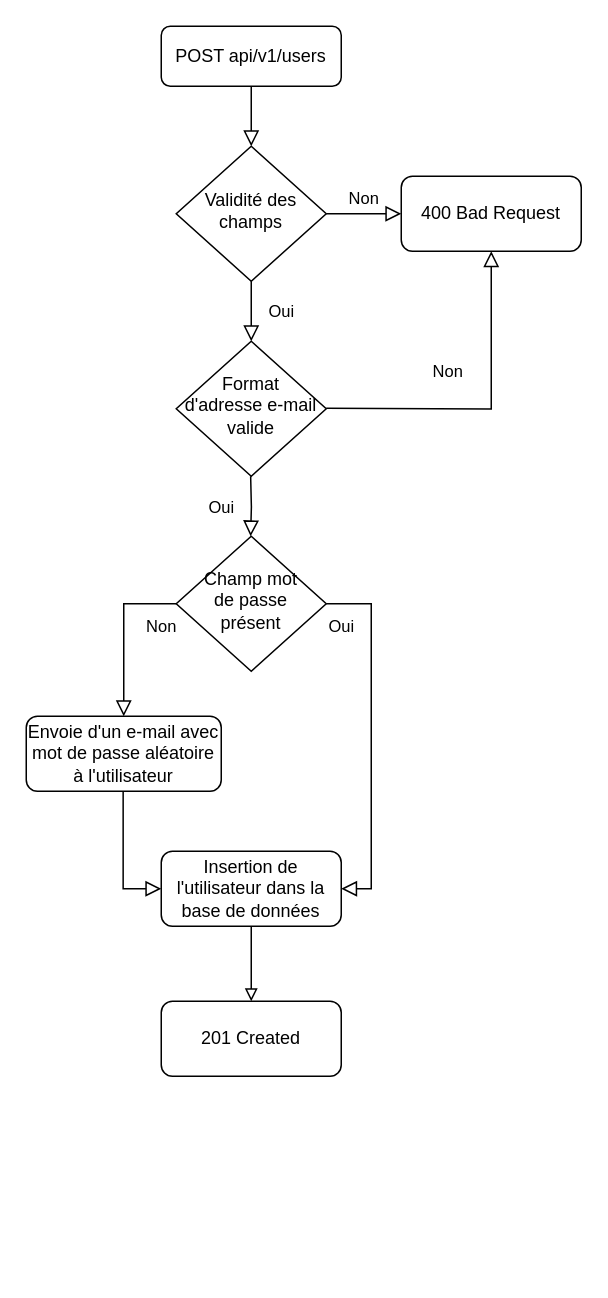
Earlier version of the draw.io diagram documentation/diagram/drawio/flowchartPostUser.drawio (jonathanboreljaquet/bj-travail-diplome-2021). Source tidied: cells renumbered, new cells numbered last; positions are measured from the earlier drawing's top-left corner, leaving out a move shared by most shapes. Both pictures are drawn from the tidied source at 150%, with x=0, y=0 at pixel (26, 26).
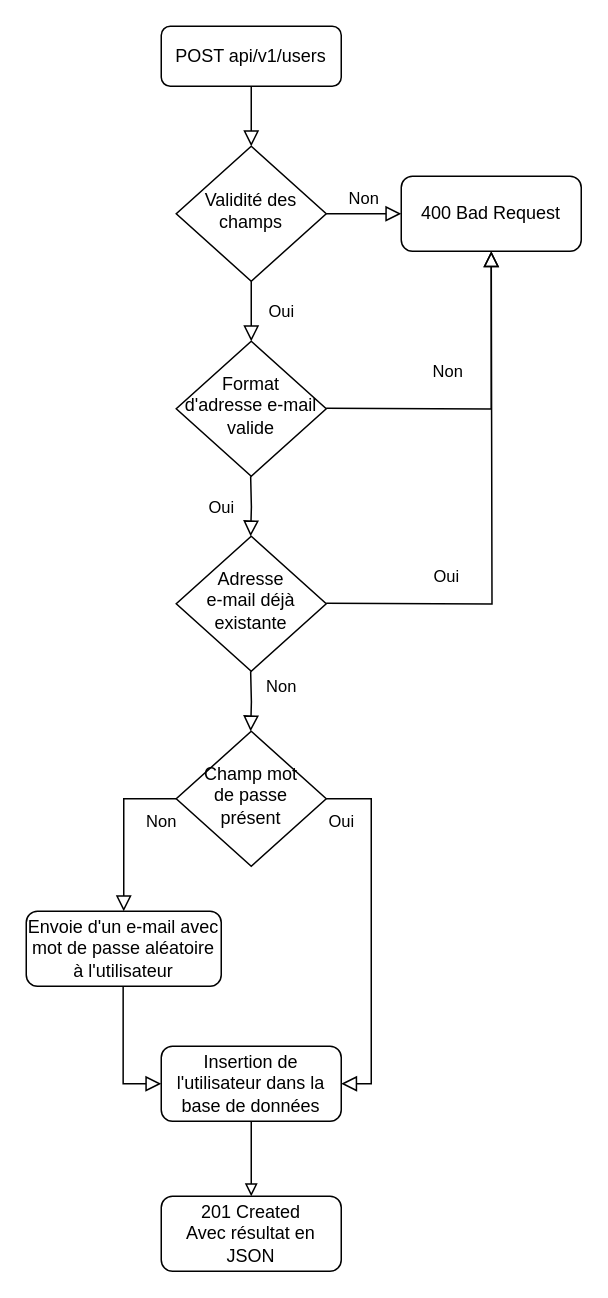
After the change.

Change to the diagram source:
```diff
@@
     <mxCell id="9" style="edgeStyle=orthogonalEdgeStyle;rounded=0;jettySize=auto;html=1;endArrow=block;endFill=0;" parent="1" edge="1" source="10">
       <mxGeometry relative="1" as="geometry">
-        <mxPoint x="150" y="650" as="targetPoint" />
+        <mxPoint x="150" y="780" as="targetPoint" />
       </mxGeometry>
     </mxCell>
     <mxCell id="10" value="Insertion de l'utilisateur dans la base de données" style="rounded=1;whiteSpace=wrap;html=1;fontSize=12;glass=0;strokeWidth=1;shadow=0;" parent="1" vertex="1">
-      <mxGeometry x="90" y="550" width="120" height="50" as="geometry" />
+      <mxGeometry x="90" y="680" width="120" height="50" as="geometry" />
     </mxCell>
@@
     <mxCell id="13" value="Champ mot &lt;br&gt;de passe présent" style="rhombus;whiteSpace=wrap;html=1;shadow=0;fontFamily=Helvetica;fontSize=12;align=center;strokeWidth=1;spacing=6;spacingTop=-4;" parent="1" vertex="1">
-      <mxGeometry x="100" y="340" width="100" height="90" as="geometry" />
+      <mxGeometry x="100" y="470" width="100" height="90" as="geometry" />
     </mxCell>
     <mxCell id="14" value="Envoie d'un e-mail avec mot de passe aléatoire à l'utilisateur" style="rounded=1;whiteSpace=wrap;html=1;fontSize=12;glass=0;strokeWidth=1;shadow=0;" parent="1" vertex="1">
-      <mxGeometry y="460" width="130" height="50" as="geometry" />
+      <mxGeometry y="590" width="130" height="50" as="geometry" />
     </mxCell>
@@
     <mxCell id="16" style="rounded=0;html=1;jettySize=auto;fontSize=11;endArrow=block;endFill=0;endSize=8;strokeWidth=1;shadow=0;labelBackgroundColor=none;edgeStyle=orthogonalEdgeStyle;entryX=0;entryY=0.5;entryDx=0;entryDy=0;" parent="1" edge="1" target="10">
       <mxGeometry relative="1" as="geometry">
-        <mxPoint x="64.6" y="510" as="sourcePoint" />
+        <mxPoint x="64.6" y="640" as="sourcePoint" />
         <Array as="points">
-          <mxPoint x="65" y="575" />
+          <mxPoint x="65" y="705" />
         </Array>
       </mxGeometry>
     </mxCell>
-    <mxCell id="17" value="201 Created" style="rounded=1;whiteSpace=wrap;html=1;fontSize=12;glass=0;strokeWidth=1;shadow=0;" parent="1" vertex="1">
-      <mxGeometry x="90" y="650" width="120" height="50" as="geometry" />
+    <mxCell id="17" value="201 Created&lt;br&gt;Avec résultat en JSON" style="rounded=1;whiteSpace=wrap;html=1;fontSize=12;glass=0;strokeWidth=1;shadow=0;" parent="1" vertex="1">
+      <mxGeometry x="90" y="780" width="120" height="50" as="geometry" />
     </mxCell>
     <mxCell id="18" value="Oui" style="rounded=0;html=1;jettySize=auto;fontSize=11;endArrow=block;endFill=0;endSize=8;strokeWidth=1;shadow=0;labelBackgroundColor=none;edgeStyle=orthogonalEdgeStyle;exitX=1;exitY=0.5;exitDx=0;exitDy=0;entryX=1;entryY=0.5;entryDx=0;entryDy=0;" parent="1" edge="1" source="13" target="10">
       <mxGeometry x="-0.92" y="-15" relative="1" as="geometry">
         <Array as="points">
-          <mxPoint x="230" y="385" />
-          <mxPoint x="230" y="575" />
+          <mxPoint x="230" y="515" />
+          <mxPoint x="230" y="705" />
         </Array>
       </mxGeometry>
     </mxCell>
+    <mxCell id="19" value="Adresse &lt;br&gt;e-mail déjà existante" style="rhombus;whiteSpace=wrap;html=1;shadow=0;fontFamily=Helvetica;fontSize=12;align=center;strokeWidth=1;spacing=6;spacingTop=-4;" parent="1" vertex="1">
+      <mxGeometry x="100" y="340" width="100" height="90" as="geometry" />
+    </mxCell>
+    <mxCell id="20" value="Non" style="edgeStyle=orthogonalEdgeStyle;rounded=0;html=1;jettySize=auto;orthogonalLoop=1;fontSize=11;endArrow=block;endFill=0;endSize=8;strokeWidth=1;shadow=0;labelBackgroundColor=none;" parent="1" edge="1">
+      <mxGeometry x="-1" y="-63" relative="1" as="geometry">
+        <mxPoint x="200" y="384.6" as="sourcePoint" />
+        <mxPoint x="310" y="150" as="targetPoint" />
+        <mxPoint x="-30" y="-8" as="offset" />
+      </mxGeometry>
+    </mxCell>
+    <mxCell id="21" value="Oui" style="rounded=0;html=1;jettySize=auto;orthogonalLoop=1;fontSize=11;endArrow=block;endFill=0;endSize=8;strokeWidth=1;shadow=0;labelBackgroundColor=none;edgeStyle=orthogonalEdgeStyle;" parent="1" edge="1">
+      <mxGeometry x="-1" y="144" relative="1" as="geometry">
+        <mxPoint x="149.6" y="430" as="sourcePoint" />
+        <mxPoint x="149.6" y="470" as="targetPoint" />
+        <mxPoint x="-14" y="-60" as="offset" />
+      </mxGeometry>
+    </mxCell>
```
